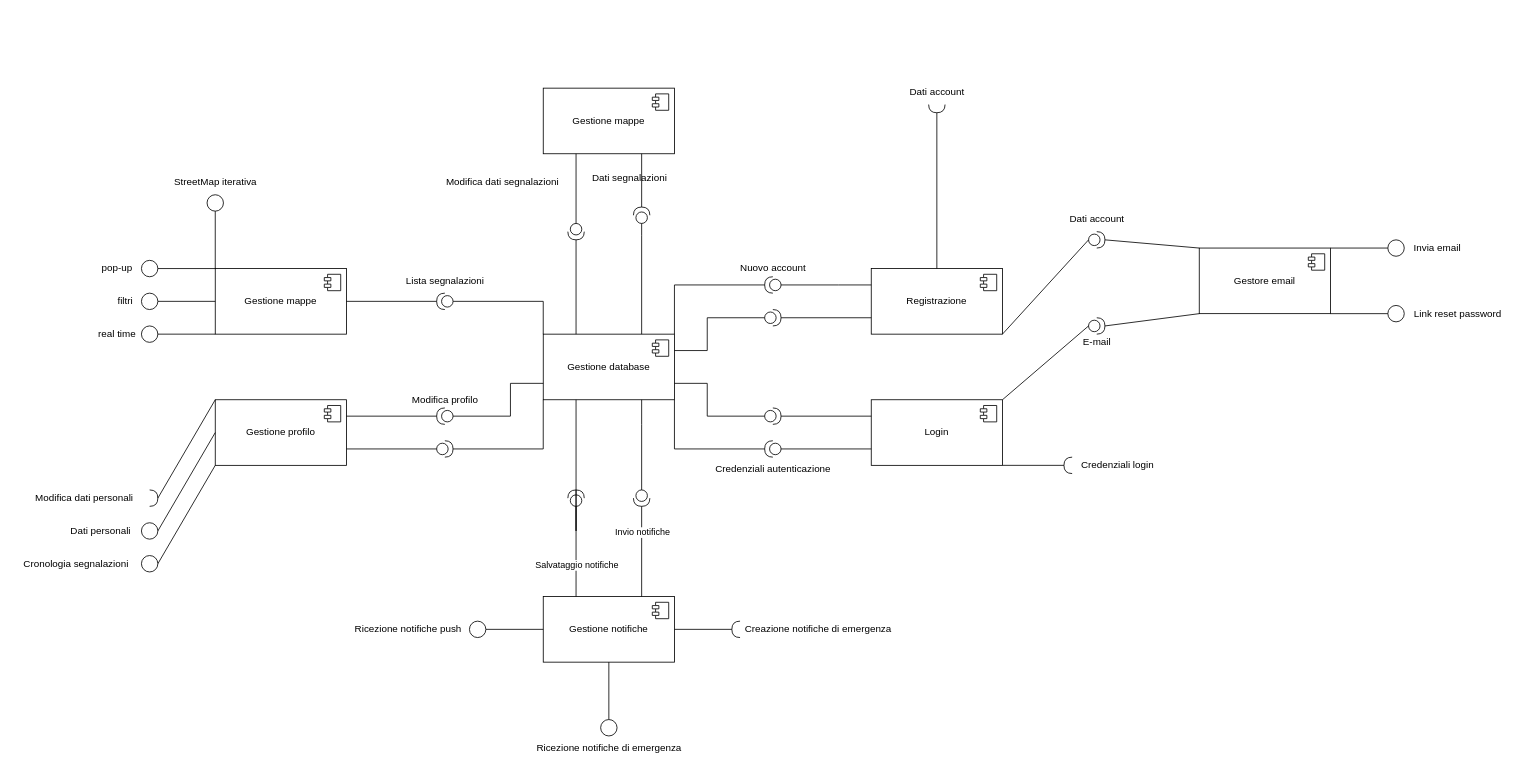
The draw.io diagram page "Copia di Pagina-1" (2 of 2) of ComponentDiagram.drawio in LucaBarbolini/Prova1, before the edit. Source tidied: cells renumbered, new cells numbered last; positions are measured from the earlier drawing's top-left corner, leaving out a move shared by most shapes. Both pictures are drawn from the tidied source at 82%, with x=0, y=0 at pixel (14, 80).
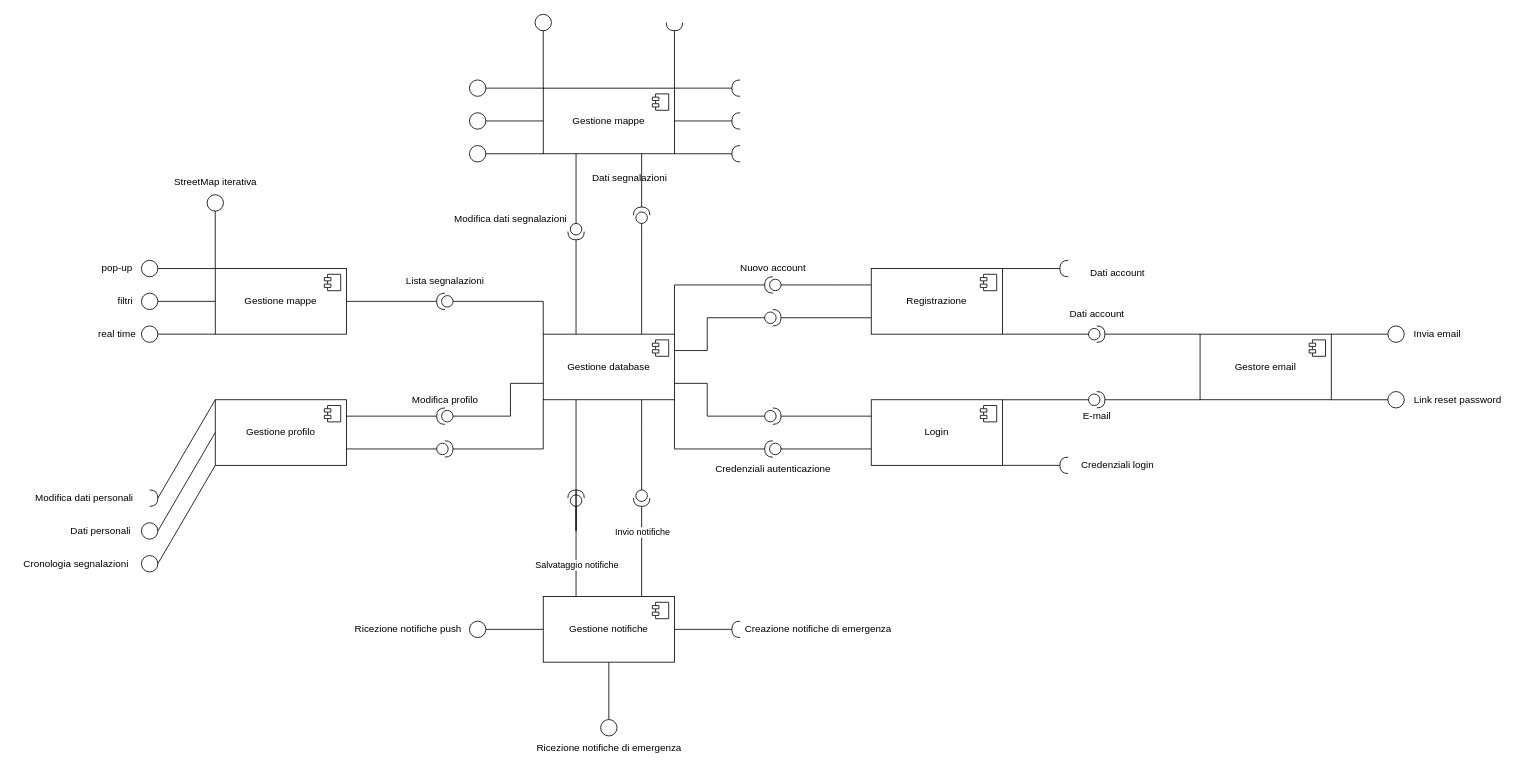
The same diagram, later.

Unchanged cells that the change refers to:
```xml
<mxCell id="6" value="Registrazione" style="html=1;whiteSpace=wrap;fontFamily=Helvetica;" parent="1" vertex="1">
  <mxGeometry x="1045" y="230" width="160" height="80" as="geometry" />
</mxCell>
<mxCell id="14" value="Gestione mappe" style="html=1;whiteSpace=wrap;" parent="1" vertex="1">
  <mxGeometry x="645" y="10" width="160" height="80" as="geometry" />
</mxCell>
```

The edit, as a diff of the source:
```diff
@@
     <mxCell id="4" value="Gestore email" style="html=1;whiteSpace=wrap;" parent="1" vertex="1">
-      <mxGeometry x="1445" y="205" width="160" height="80" as="geometry" />
+      <mxGeometry x="1446" y="310" width="160" height="80" as="geometry" />
     </mxCell>
@@
-    <mxCell id="17" style="shape=requiredInterface;html=1;verticalLabelPosition=bottom;sketch=0;direction=south;" parent="1" vertex="1">
-      <mxGeometry x="1115" y="30" width="20" height="10" as="geometry" />
+    <mxCell id="17" style="shape=requiredInterface;html=1;verticalLabelPosition=bottom;sketch=0;direction=west;" parent="1" vertex="1">
+      <mxGeometry x="1275" y="220" width="10" height="20" as="geometry" />
     </mxCell>
-    <mxCell id="18" style="endArrow=none;html=1;rounded=0;exitX=0.5;exitY=0;exitDx=0;exitDy=0;entryX=1;entryY=0.5;entryDx=0;entryDy=0;entryPerimeter=0;" parent="1" edge="1" source="6" target="17">
+    <mxCell id="18" style="endArrow=none;html=1;rounded=0;exitX=1;exitY=0;exitDx=0;exitDy=0;entryX=1;entryY=0.5;entryDx=0;entryDy=0;entryPerimeter=0;" parent="1" edge="1" source="6" target="17">
       <mxGeometry relative="1" as="geometry" />
     </mxCell>
     <mxCell id="19" style="shape=requiredInterface;html=1;verticalLabelPosition=bottom;sketch=0;direction=west;" parent="1" vertex="1">
-      <mxGeometry x="1280" y="460" width="10" height="20" as="geometry" />
+      <mxGeometry x="1275" y="460" width="10" height="20" as="geometry" />
     </mxCell>
@@
     <mxCell id="33" style="ellipse;whiteSpace=wrap;html=1;direction=east;" parent="1" vertex="1">
-      <mxGeometry x="1675" y="195" width="20" height="20" as="geometry" />
+      <mxGeometry x="1675" y="300" width="20" height="20" as="geometry" />
     </mxCell>
     <mxCell id="34" value="Invia email" style="text;html=1;align=center;verticalAlign=middle;strokeColor=none;fillColor=none;" parent="1" vertex="1">
-      <mxGeometry x="1695" y="190" width="80" height="30" as="geometry" />
+      <mxGeometry x="1695" y="295" width="80" height="30" as="geometry" />
     </mxCell>
     <mxCell id="35" style="shape=providedRequiredInterface;html=1;verticalLabelPosition=bottom;sketch=0;direction=east;rotation=0;" parent="1" vertex="1">
-      <mxGeometry x="1310" y="185" width="20" height="20" as="geometry" />
+      <mxGeometry x="1310" y="300" width="20" height="20" as="geometry" />
     </mxCell>
@@
     <mxCell id="38" value="Dati account" style="text;html=1;align=center;verticalAlign=middle;strokeColor=none;fillColor=none;" parent="1" vertex="1">
-      <mxGeometry x="1275" y="155" width="90" height="30" as="geometry" />
+      <mxGeometry x="1275" y="270" width="90" height="30" as="geometry" />
     </mxCell>
@@
     <mxCell id="43" value="Dati account" style="text;html=1;align=center;verticalAlign=middle;strokeColor=none;fillColor=none;" parent="1" vertex="1">
-      <mxGeometry x="1080" width="90" height="30" as="geometry" />
+      <mxGeometry x="1300" y="220" width="90" height="30" as="geometry" />
     </mxCell>
@@
     <mxCell id="61" value="Modifica dati segnalazioni" style="text;html=1;align=center;verticalAlign=middle;strokeColor=none;fillColor=none;" parent="1" vertex="1">
-      <mxGeometry x="515" y="110" width="160" height="30" as="geometry" />
+      <mxGeometry x="525" y="155" width="160" height="30" as="geometry" />
     </mxCell>
@@
     <mxCell id="81" style="shape=providedRequiredInterface;html=1;verticalLabelPosition=bottom;sketch=0;direction=east;rotation=0;" parent="1" vertex="1">
-      <mxGeometry x="1310" y="290" width="20" height="20" as="geometry" />
+      <mxGeometry x="1310" y="380" width="20" height="20" as="geometry" />
     </mxCell>
@@
     <mxCell id="84" value="E-mail" style="text;html=1;align=center;verticalAlign=middle;strokeColor=none;fillColor=none;" parent="1" vertex="1">
-      <mxGeometry x="1290" y="305" width="60" height="30" as="geometry" />
+      <mxGeometry x="1290" y="395" width="60" height="30" as="geometry" />
     </mxCell>
     <mxCell id="85" style="ellipse;whiteSpace=wrap;html=1;direction=east;" parent="1" vertex="1">
-      <mxGeometry x="1675" y="275" width="20" height="20" as="geometry" />
+      <mxGeometry x="1675" y="380" width="20" height="20" as="geometry" />
     </mxCell>
@@
     <mxCell id="87" value="Link reset password" style="text;html=1;align=center;verticalAlign=middle;strokeColor=none;fillColor=none;" parent="1" vertex="1">
-      <mxGeometry x="1695" y="270" width="130" height="30" as="geometry" />
+      <mxGeometry x="1695" y="375" width="130" height="30" as="geometry" />
     </mxCell>
@@
+    <mxCell id="110" style="ellipse;whiteSpace=wrap;html=1;" parent="1" vertex="1">
+      <mxGeometry x="555" y="80" width="20" height="20" as="geometry" />
+    </mxCell>
+    <mxCell id="111" style="ellipse;whiteSpace=wrap;html=1;" parent="1" vertex="1">
+      <mxGeometry x="555" y="40" width="20" height="20" as="geometry" />
+    </mxCell>
+    <mxCell id="112" style="ellipse;whiteSpace=wrap;html=1;" parent="1" vertex="1">
+      <mxGeometry x="555" width="20" height="20" as="geometry" />
+    </mxCell>
+    <mxCell id="113" style="ellipse;whiteSpace=wrap;html=1;" parent="1" vertex="1">
+      <mxGeometry x="635" y="-80" width="20" height="20" as="geometry" />
+    </mxCell>
+    <mxCell id="114" style="shape=requiredInterface;html=1;verticalLabelPosition=bottom;sketch=0;direction=west;" parent="1" vertex="1">
+      <mxGeometry x="875" y="80" width="10" height="20" as="geometry" />
+    </mxCell>
+    <mxCell id="115" style="shape=requiredInterface;html=1;verticalLabelPosition=bottom;sketch=0;direction=west;" parent="1" vertex="1">
+      <mxGeometry x="875" y="40" width="10" height="20" as="geometry" />
+    </mxCell>
+    <mxCell id="116" style="shape=requiredInterface;html=1;verticalLabelPosition=bottom;sketch=0;direction=west;" parent="1" vertex="1">
+      <mxGeometry x="875" width="10" height="20" as="geometry" />
+    </mxCell>
+    <mxCell id="117" style="shape=requiredInterface;html=1;verticalLabelPosition=bottom;sketch=0;direction=south;" parent="1" vertex="1">
+      <mxGeometry x="795" y="-70" width="20" height="10" as="geometry" />
+    </mxCell>
+    <mxCell id="118" style="endArrow=none;html=1;rounded=0;entryX=0.5;entryY=1;entryDx=0;entryDy=0;exitX=0;exitY=0;exitDx=0;exitDy=0;" parent="1" edge="1" source="14" target="113">
+      <mxGeometry relative="1" as="geometry" />
+    </mxCell>
+    <mxCell id="119" style="endArrow=none;html=1;rounded=0;entryX=1;entryY=0.5;entryDx=0;entryDy=0;exitX=1;exitY=0;exitDx=0;exitDy=0;entryPerimeter=0;" parent="1" edge="1" source="14" target="117">
+      <mxGeometry relative="1" as="geometry" />
+    </mxCell>
+    <mxCell id="120" style="endArrow=none;html=1;rounded=0;entryX=1;entryY=1;entryDx=0;entryDy=0;exitX=1;exitY=0.5;exitDx=0;exitDy=0;exitPerimeter=0;" parent="1" edge="1" source="114" target="14">
+      <mxGeometry relative="1" as="geometry" />
+    </mxCell>
+    <mxCell id="121" style="endArrow=none;html=1;rounded=0;entryX=1;entryY=0.5;entryDx=0;entryDy=0;exitX=1;exitY=0.5;exitDx=0;exitDy=0;exitPerimeter=0;" parent="1" edge="1" source="115" target="14">
+      <mxGeometry relative="1" as="geometry" />
+    </mxCell>
+    <mxCell id="122" style="endArrow=none;html=1;rounded=0;entryX=1;entryY=0;entryDx=0;entryDy=0;exitX=1;exitY=0.5;exitDx=0;exitDy=0;exitPerimeter=0;" parent="1" edge="1" source="116" target="14">
+      <mxGeometry relative="1" as="geometry" />
+    </mxCell>
+    <mxCell id="123" style="endArrow=none;html=1;rounded=0;entryX=1;entryY=0.5;entryDx=0;entryDy=0;exitX=0;exitY=0;exitDx=0;exitDy=0;" parent="1" edge="1" source="14" target="112">
+      <mxGeometry relative="1" as="geometry" />
+    </mxCell>
+    <mxCell id="124" style="endArrow=none;html=1;rounded=0;entryX=1;entryY=0.5;entryDx=0;entryDy=0;exitX=0;exitY=0.5;exitDx=0;exitDy=0;" parent="1" edge="1" source="14" target="111">
+      <mxGeometry relative="1" as="geometry" />
+    </mxCell>
+    <mxCell id="125" style="endArrow=none;html=1;rounded=0;entryX=1;entryY=0.5;entryDx=0;entryDy=0;exitX=0;exitY=1;exitDx=0;exitDy=0;" parent="1" edge="1" source="14" target="110">
+      <mxGeometry relative="1" as="geometry" />
+    </mxCell>
```
